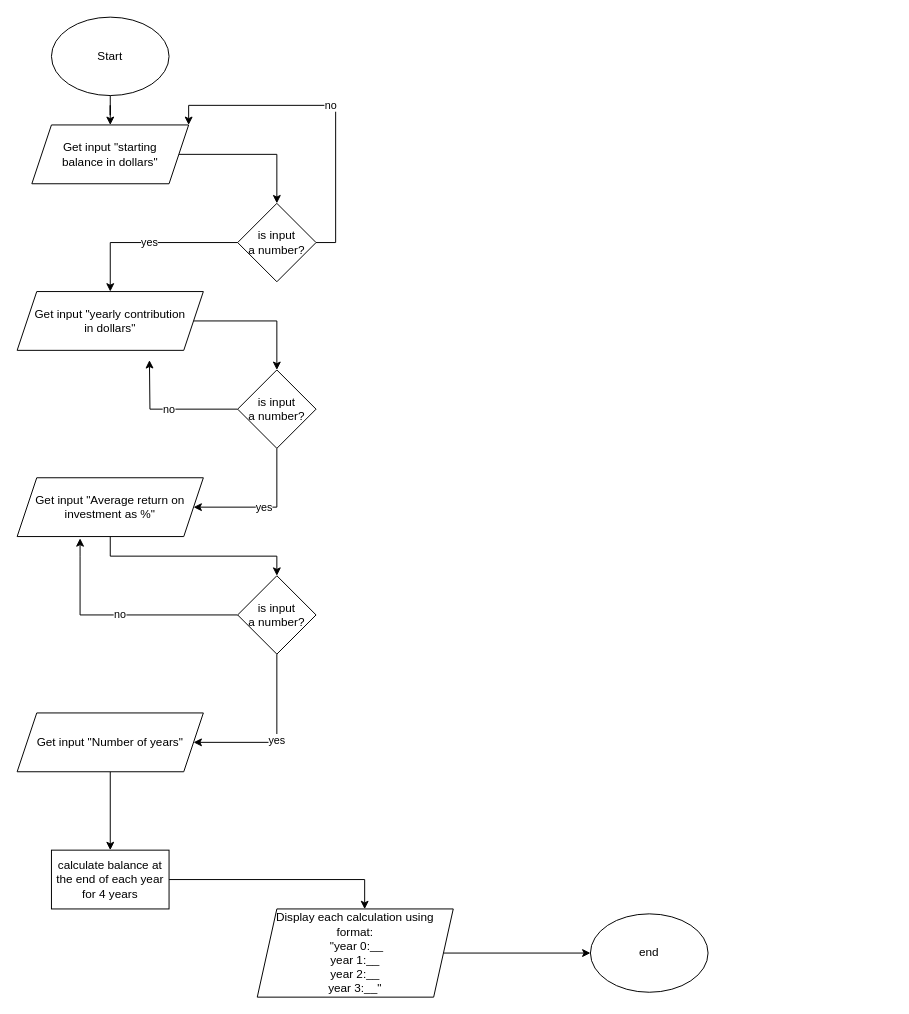
Above: AdvPsuedoFlow.drawio in WilsonTalentCenter/advpseudoflow-pk2000isd (draw.io), before the change. Source tidied: cells renumbered, new cells numbered last; positions are measured from the earlier drawing's top-left corner, leaving out a move shared by most shapes. Both pictures are drawn from the tidied source at 98%, with x=0, y=0 at pixel (17, 17).
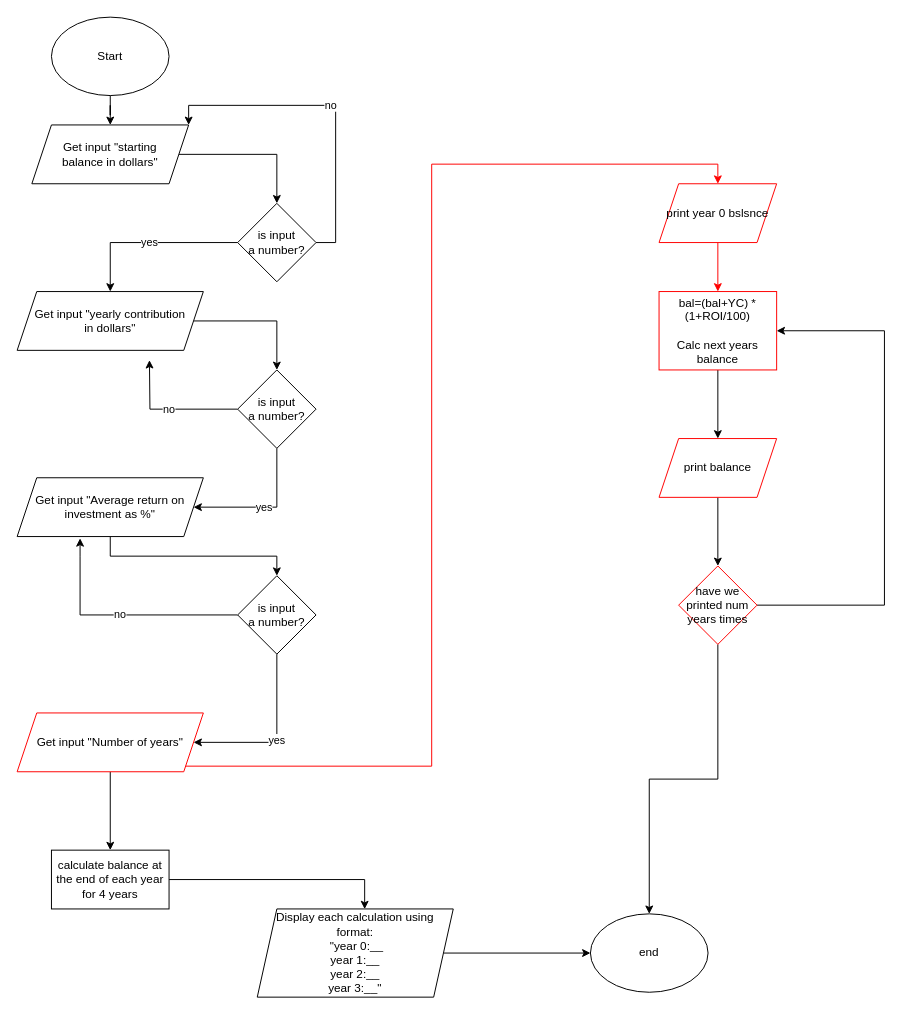
Above is the later version.

The change refers to these unchanged cells:
```xml
<mxCell id="25" value="end" style="ellipse;whiteSpace=wrap;html=1;" parent="1" vertex="1">
  <mxGeometry x="585" y="915" width="120" height="80" as="geometry" />
</mxCell>
```

What changed in the source:
```diff
@@
-    <mxCell id="11" value="Get input &quot;Number of years&quot;" style="shape=parallelogram;perimeter=parallelogramPerimeter;whiteSpace=wrap;html=1;fixedSize=1;" parent="1" vertex="1">
+    <mxCell id="11" value="Get input &quot;Number of years&quot;" style="shape=parallelogram;perimeter=parallelogramPerimeter;whiteSpace=wrap;html=1;fixedSize=1;strokeColor=#FF0000;" parent="1" vertex="1">
       <mxGeometry y="710" width="190" height="60" as="geometry" />
     </mxCell>
@@
+    <mxCell id="26" style="edgeStyle=orthogonalEdgeStyle;rounded=0;jettySize=auto;html=1;exitX=0.5;exitY=1;exitDx=0;exitDy=0;" parent="1" edge="1" source="27" target="29">
+      <mxGeometry relative="1" as="geometry" />
+    </mxCell>
+    <mxCell id="27" value="bal=(bal+YC) * (1+ROI/100)&lt;br&gt;&lt;br&gt;Calc next years balance" style="rounded=0;whiteSpace=wrap;html=1;strokeColor=#FF0000;" parent="1" vertex="1">
+      <mxGeometry x="655" y="280" width="120" height="80" as="geometry" />
+    </mxCell>
+    <mxCell id="28" style="edgeStyle=orthogonalEdgeStyle;rounded=0;jettySize=auto;html=1;" parent="1" edge="1" source="29" target="32">
+      <mxGeometry relative="1" as="geometry" />
+    </mxCell>
+    <mxCell id="29" value="print balance" style="shape=parallelogram;perimeter=parallelogramPerimeter;whiteSpace=wrap;html=1;fixedSize=1;strokeColor=#FF0000;" parent="1" vertex="1">
+      <mxGeometry x="655" y="430" width="120" height="60" as="geometry" />
+    </mxCell>
+    <mxCell id="30" style="edgeStyle=orthogonalEdgeStyle;rounded=0;jettySize=auto;html=1;exitX=1;exitY=0.5;exitDx=0;exitDy=0;entryX=1;entryY=0.5;entryDx=0;entryDy=0;" parent="1" edge="1" source="32" target="27">
+      <mxGeometry relative="1" as="geometry">
+        <Array as="points">
+          <mxPoint x="885" y="600" />
+          <mxPoint x="885" y="320" />
+        </Array>
+      </mxGeometry>
+    </mxCell>
+    <mxCell id="31" style="edgeStyle=orthogonalEdgeStyle;rounded=0;jettySize=auto;html=1;exitX=0.5;exitY=1;exitDx=0;exitDy=0;entryX=0.5;entryY=0;entryDx=0;entryDy=0;" parent="1" edge="1" source="32" target="25">
+      <mxGeometry relative="1" as="geometry" />
+    </mxCell>
+    <mxCell id="32" value="have we printed num years times" style="rhombus;whiteSpace=wrap;html=1;strokeColor=#FF0000;" parent="1" vertex="1">
+      <mxGeometry x="675" y="560" width="80" height="80" as="geometry" />
+    </mxCell>
+    <mxCell id="33" style="edgeStyle=orthogonalEdgeStyle;rounded=0;jettySize=auto;html=1;exitX=0.5;exitY=1;exitDx=0;exitDy=0;entryX=0.5;entryY=0;entryDx=0;entryDy=0;strokeColor=#FF0000;" parent="1" edge="1" source="34" target="27">
+      <mxGeometry relative="1" as="geometry" />
+    </mxCell>
+    <mxCell id="34" value="print year 0 bslsnce" style="shape=parallelogram;perimeter=parallelogramPerimeter;whiteSpace=wrap;html=1;fixedSize=1;strokeColor=#FF0000;" parent="1" vertex="1">
+      <mxGeometry x="655" y="170" width="120" height="60" as="geometry" />
+    </mxCell>
+    <mxCell id="35" style="edgeStyle=orthogonalEdgeStyle;rounded=0;jettySize=auto;html=1;exitX=1;exitY=1;exitDx=0;exitDy=0;entryX=0.5;entryY=0;entryDx=0;entryDy=0;strokeColor=#FF0000;" parent="1" edge="1" source="11" target="34">
+      <mxGeometry relative="1" as="geometry">
+        <Array as="points">
+          <mxPoint x="423" y="764" />
+          <mxPoint x="423" y="150" />
+        </Array>
+      </mxGeometry>
+    </mxCell>
```
